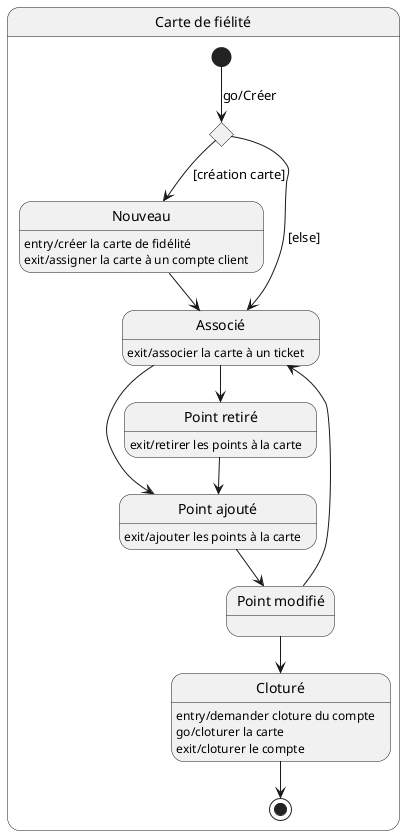
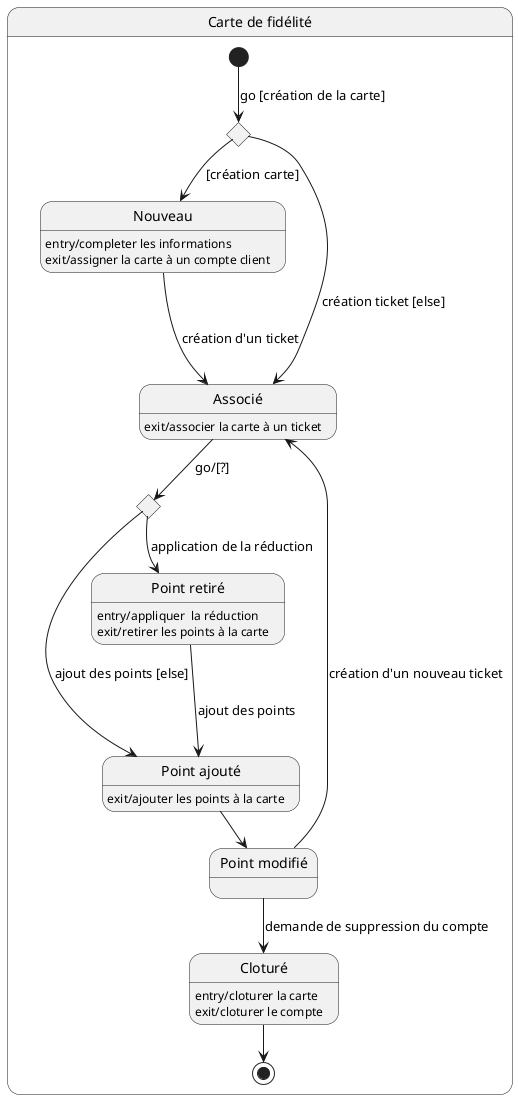
@startuml
- state "Carte de fiélité" as chest <<state>>{
-     state choice <<choice>>
+ state "Carte de fidélité" as chest <<state>>{
+     state choice1 <<choice>>
+     state choice2 <<choice>>
    state "Nouveau" as nouv
-     nouv: entry/créer la carte de fidélité
+     nouv: entry/completer les informations
    nouv: exit/assigner la carte à un compte client

    state "Associé" as asso
    asso: exit/associer la carte à un ticket

    state "Point ajouté" as ptajout
    ptajout: exit/ajouter les points à la carte

    state "Point retiré" as ptret
+     ptret: entry/appliquer  la réduction
    ptret: exit/retirer les points à la carte

    state "Point modifié" as ptmod

    state "Cloturé" as clot
-     clot: entry/demander cloture du compte
-     clot: go/cloturer la carte
+     clot: entry/cloturer la carte
    clot: exit/cloturer le compte

-     [*] --> choice: go/Créer
-     choice --> nouv :[création carte]
-     choice --> asso :[else]
-     nouv --> asso
-     asso --> ptajout
-     asso --> ptret
-     ptret --> ptajout
+     [*] --> choice1 :go [création de la carte]
+     choice1 --> nouv :[création carte]
+     choice1 --> asso :création ticket [else]
+     nouv ---> asso :création d'un ticket
+     asso --> choice2 :go/[?]
+     choice2 --> ptret :application de la réduction
+     choice2 ---> ptajout :ajout des points [else]
+     ptret ---> ptajout :ajout des points
    ptajout --> ptmod
-     ptmod --> asso
-     ptmod --> clot
+     ptmod ---> asso :création d'un nouveau ticket
+     ptmod --> clot :demande de suppression du compte
    clot --> [*]

}
- @enduml+ @enduml
